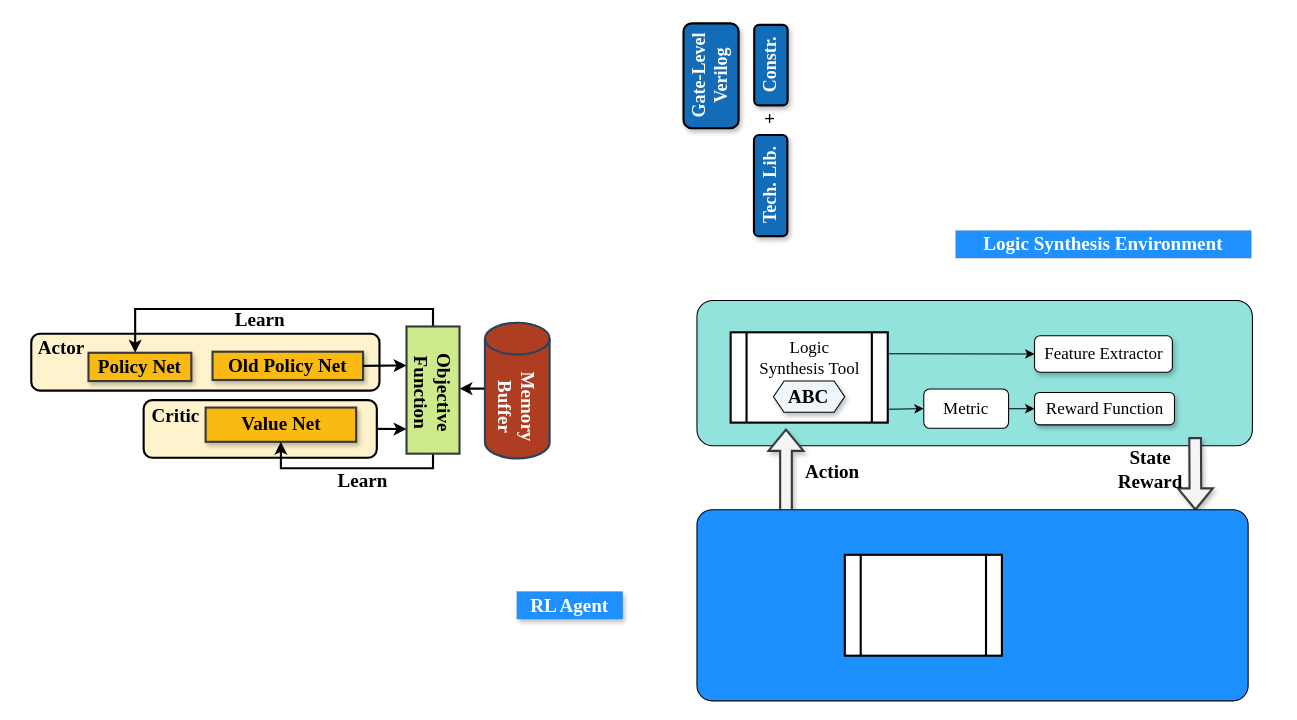
Above: RL_framework.drawio in kxzhu0505/Delay-Padding-For-Multi-corner (draw.io), before the change. Source tidied: cells renumbered, new cells numbered last; positions are measured from the earlier drawing's top-left corner, leaving out a move shared by most shapes. Both pictures are drawn from the tidied source at 106%, with x=0, y=0 at pixel (18, 48).
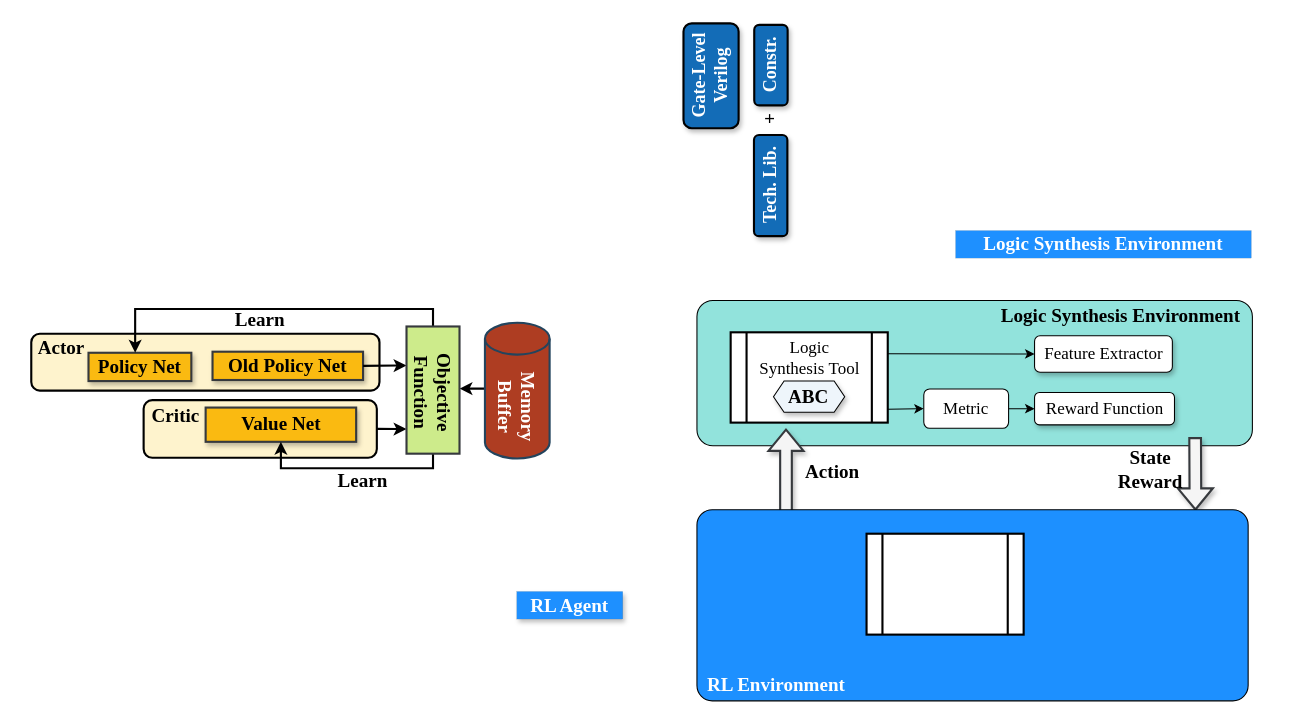
The same diagram, later.

Change to the diagram source:
```diff
@@
     <mxCell id="42" style="shape=process;whiteSpace=wrap;html=1;backgroundOutline=1;strokeWidth=2;" parent="1" vertex="1">
-      <mxGeometry x="779.5" y="477.9" width="148.2" height="95.2" as="geometry" />
+      <mxGeometry x="800" y="458" width="148.2" height="95.2" as="geometry" />
     </mxCell>
+    <mxCell id="43" value="&lt;b style=&quot;color: rgb(255, 255, 255); font-family: &amp;quot;Times New Roman&amp;quot;; font-size: 18px;&quot;&gt;RL Environment&lt;/b&gt;" style="text;html=1;align=center;verticalAlign=middle;whiteSpace=wrap;rounded=0;" parent="1" vertex="1">
+      <mxGeometry x="640" y="585.6" width="150" height="30" as="geometry" />
+    </mxCell>
+    <mxCell id="44" value="&lt;font style=&quot;color: rgb(0, 0, 0);&quot;&gt;&lt;b style=&quot;font-family: &amp;quot;Times New Roman&amp;quot;; font-size: 18px;&quot;&gt;Logic Synthesis&amp;nbsp;&lt;/b&gt;&lt;b style=&quot;font-family: &amp;quot;Times New Roman&amp;quot;; background-color: initial; font-size: 18px;&quot;&gt;Environment&lt;/b&gt;&lt;/font&gt;" style="text;html=1;align=center;verticalAlign=middle;whiteSpace=wrap;rounded=0;" parent="1" vertex="1">
+      <mxGeometry x="890" y="238" width="300" height="30" as="geometry" />
+    </mxCell>
```
